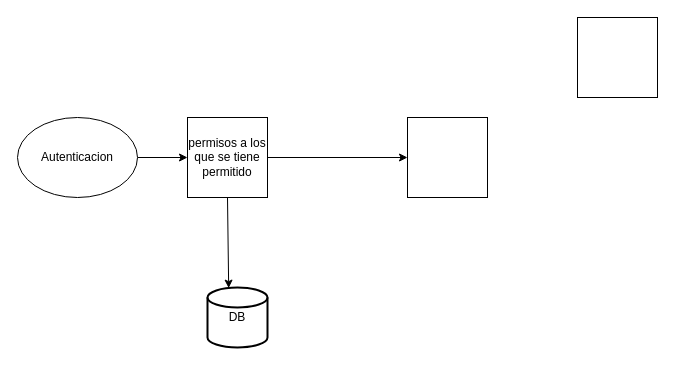
techwolfd/web keeps this draw.io diagram as AnalisisDBloques.drawio. Above is the earlier version. Source tidied: cells renumbered, new cells numbered last; positions are measured from the earlier drawing's top-left corner, leaving out a move shared by most shapes. Both pictures are drawn from the tidied source at 100%, with x=0, y=0 at pixel (17, 17).
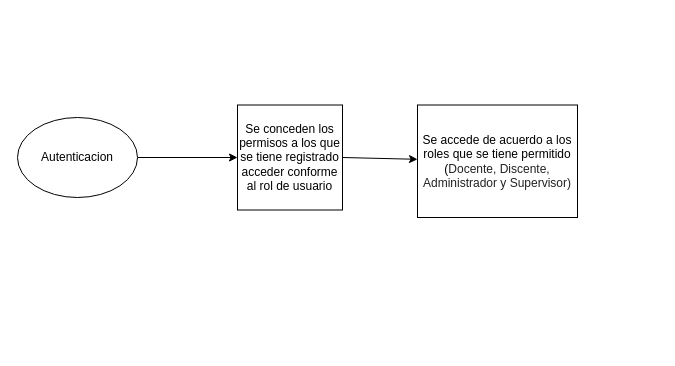
Above is the later version.

The edit, as a diff of the source:
```diff
@@
 <mxGraphModel>
   <root>
     <mxCell id="0" />
     <mxCell id="1" parent="0" />
-    <mxCell id="2" style="whiteSpace=wrap;html=1;" parent="1" vertex="1">
-      <mxGeometry x="560" width="80" height="80" as="geometry" />
-    </mxCell>
-    <mxCell id="3" value="permisos a los que se tiene permitido" style="whiteSpace=wrap;html=1;" parent="1" vertex="1">
-      <mxGeometry x="170" y="100" width="80" height="80" as="geometry" />
+    <mxCell id="3" value="Se conceden los permisos a los que se tiene registrado acceder conforme al rol de usuario" style="whiteSpace=wrap;html=1;" parent="1" vertex="1">
+      <mxGeometry x="220" y="87.5" width="105" height="105" as="geometry" />
     </mxCell>
     <mxCell id="4" style="endArrow=classic;html=1;rounded=0;entryX=0;entryY=0.5;entryDx=0;entryDy=0;exitX=1;exitY=0.5;exitDx=0;exitDy=0;" parent="1" edge="1" source="8" target="3">
       <mxGeometry relative="1" as="geometry" />
     </mxCell>
-    <mxCell id="5" style="whiteSpace=wrap;html=1;" parent="1" vertex="1">
-      <mxGeometry x="390" y="100" width="80" height="80" as="geometry" />
-    </mxCell>
-    <mxCell id="6" style="endArrow=classic;html=1;rounded=0;exitX=1;exitY=0.5;exitDx=0;exitDy=0;entryX=0;entryY=0.5;entryDx=0;entryDy=0;" parent="1" edge="1" source="3" target="5">
+    <mxCell id="6" style="endArrow=classic;html=1;rounded=0;exitX=1;exitY=0.5;exitDx=0;exitDy=0;" parent="1" edge="1" source="3" target="10">
       <mxGeometry relative="1" as="geometry" />
     </mxCell>
-    <mxCell id="7" value="DB" style="strokeWidth=2;html=1;shape=mxgraph.flowchart.database;whiteSpace=wrap;" parent="1" vertex="1">
-      <mxGeometry x="190" y="270" width="60" height="60" as="geometry" />
-    </mxCell>
     <mxCell id="8" value="Autenticacion" style="ellipse;whiteSpace=wrap;html=1;" parent="1" vertex="1">
       <mxGeometry y="100" width="120" height="80" as="geometry" />
     </mxCell>
-    <mxCell id="9" style="endArrow=classic;html=1;rounded=0;exitX=0.5;exitY=1;exitDx=0;exitDy=0;entryX=0.353;entryY=0.01;entryDx=0;entryDy=0;entryPerimeter=0;" parent="1" edge="1" source="3" target="7">
-      <mxGeometry relative="1" as="geometry" />
-    </mxCell>
+    <mxCell id="10" value="&lt;p style=&quot;font-size: 12px&quot;&gt;&lt;font style=&quot;font-size: 12px&quot;&gt;Se accede de acuerdo a los roles que se tiene permitido (&lt;span lang=&quot;ES-MX&quot; style=&quot;line-height: 107% ; color: rgb(34 , 34 , 34) ; background: white ; font-size: 12px&quot;&gt;Docente, Discente, Administrador y Supervisor)&lt;/span&gt;&lt;/font&gt;&lt;/p&gt;" style="rounded=0;whiteSpace=wrap;html=1;fontSize=12;" parent="1" vertex="1">
+      <mxGeometry x="400" y="87.5" width="160" height="112.5" as="geometry" />
+    </mxCell>
   </root>
 </mxGraphModel>
```
